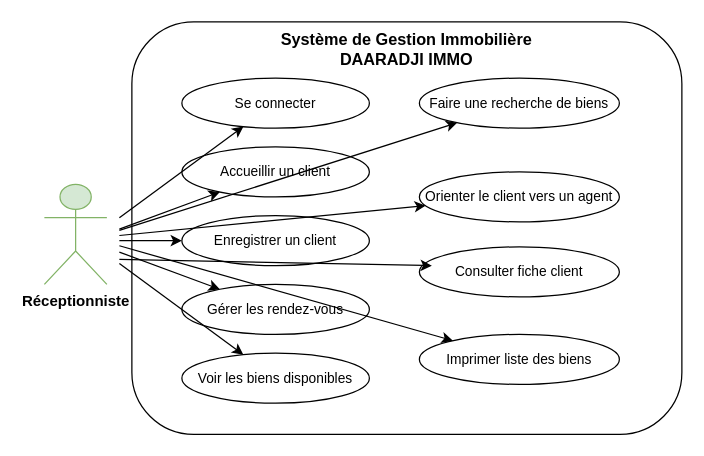
This is page "UseCase Réceptionniste" (6 of 9) of diagramme-contexte.drawio from Awa-ndao/gestion-immobiliere-daaradji, a draw.io file, before an edit. Source tidied: cells renumbered, new cells numbered last; positions are measured from the earlier drawing's top-left corner, leaving out a move shared by most shapes. Both pictures are drawn from the tidied source at 125%, with x=0, y=0 at pixel (44, 21).
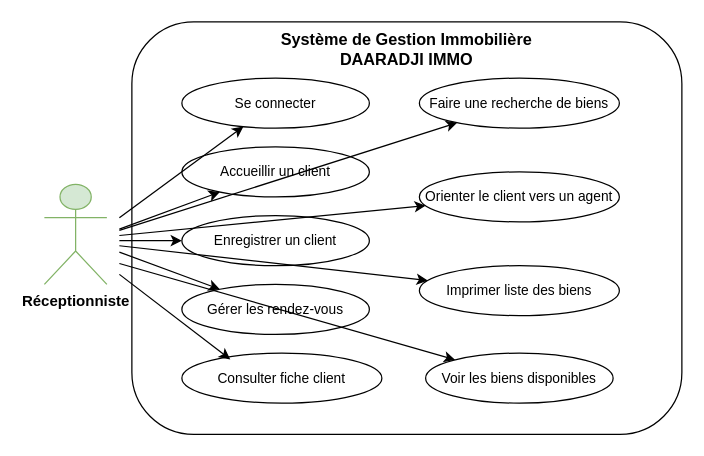
The same diagram, later.

Commit message:
Mettre à jour UseCase Réceptionniste.drawio

The edit, as a diff of the source:
```diff
@@
     <mxCell id="7" value="Voir les biens disponibles" style="ellipse;whiteSpace=wrap;html=1;fontSize=11;" parent="1" vertex="1">
-      <mxGeometry x="110" y="265" width="150" height="40" as="geometry" />
+      <mxGeometry x="305" y="265" width="150" height="40" as="geometry" />
     </mxCell>
@@
     <mxCell id="10" value="Consulter fiche client" style="ellipse;whiteSpace=wrap;html=1;fontSize=11;" parent="1" vertex="1">
-      <mxGeometry x="300" y="180" width="160" height="40" as="geometry" />
+      <mxGeometry x="110" y="265" width="160" height="40" as="geometry" />
     </mxCell>
     <mxCell id="11" value="Imprimer liste des biens" style="ellipse;whiteSpace=wrap;html=1;fontSize=11;" parent="1" vertex="1">
-      <mxGeometry x="300" y="250" width="160" height="40" as="geometry" />
+      <mxGeometry x="300" y="195" width="160" height="40" as="geometry" />
     </mxCell>
@@
-    <mxCell id="19" parent="1" edge="1">
-      <mxGeometry relative="1" as="geometry">
-        <mxPoint x="60" y="190" as="sourcePoint" />
-        <mxPoint x="310" y="195" as="targetPoint" />
-      </mxGeometry>
-    </mxCell>
@@
+    <mxCell id="22" style="edgeStyle=none;jettySize=auto;html=1;rounded=0;entryX=0.242;entryY=0.125;entryDx=0;entryDy=0;entryPerimeter=0;" parent="1" edge="1" target="10">
+      <mxGeometry relative="1" as="geometry">
+        <mxPoint x="60" y="202" as="sourcePoint" />
+      </mxGeometry>
+    </mxCell>
```
